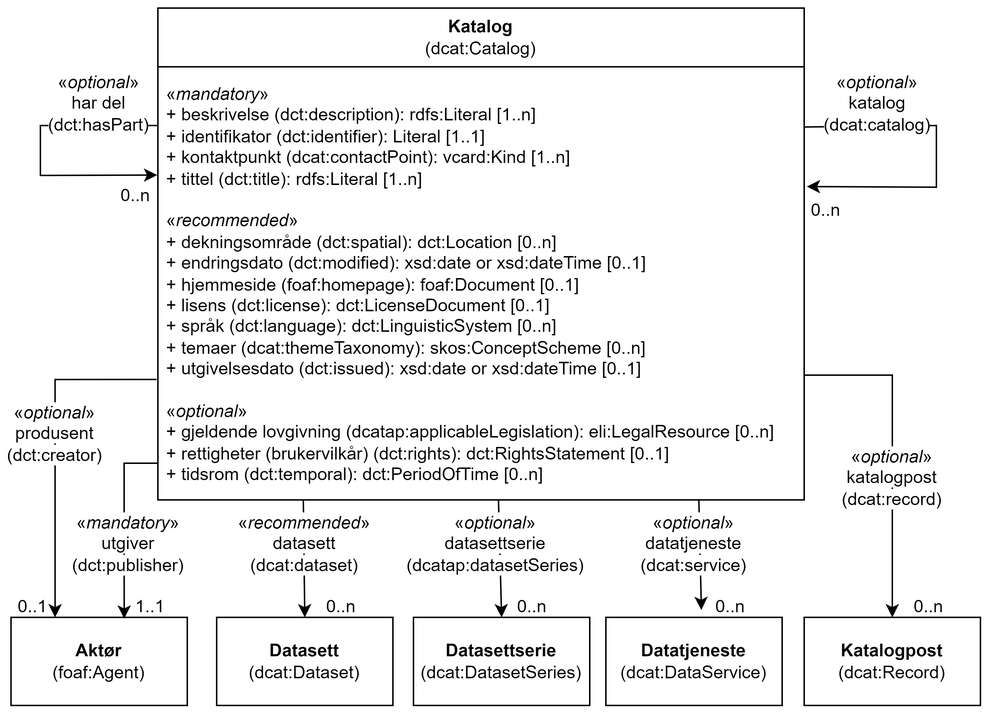
This is docs/images/Klassen-Katalog.png from Informasjonsforvaltning/dcat-ap-no, a draw.io export, as it was before one commit. Source tidied: cells renumbered, new cells last; positions are measured from the earlier drawing's top-left corner, leaving out a move shared by most shapes. The source it was exported from:
```xml
<mxGraphModel>
  <root>
    <mxCell id="0" />
    <mxCell id="1" parent="0" />
    <mxCell id="2" value="Katalog&lt;br&gt;&lt;span style=&quot;font-weight: normal;&quot;&gt;(dcat:Catalog)&lt;/span&gt;" style="swimlane;whiteSpace=wrap;html=1;startSize=40;" parent="1" vertex="1">
      <mxGeometry x="100" width="440" height="335" as="geometry" />
    </mxCell>
    <mxCell id="3" value="«&lt;i&gt;mandatory&lt;/i&gt;»&lt;br&gt;+ beskrivelse (dct:description): rdfs:Literal [1..n]&lt;br&gt;+ identifikator (dct:identifier): Literal [1..1]&lt;br&gt;+ kontaktpunkt (dcat:contactPoint): vcard:Kind [1..n]&lt;br&gt;+ tittel (dct:title): rdfs:Literal [1..n]&lt;br&gt;&lt;br&gt;«&lt;i&gt;recommended&lt;/i&gt;»&lt;br&gt;+ dekningsområde (dct:spatial): dct:Location [0..n]&lt;br&gt;+ endringsdato (dct:modified): xsd:date or xsd:dateTime [0..1]&lt;br&gt;+ hjemmeside (foaf:homepage): foaf:Document [0..1]&lt;br&gt;+ lisens (dct:license): dct:LicenseDocument [0..1]&lt;br&gt;+ språk (dct:language): dct:LinguisticSystem [0..n]&lt;br&gt;+ temaer (dcat:themeTaxonomy): skos:ConceptScheme [0..n]&lt;br&gt;+ utgivelsesdato (dct:issued): xsd:date or xsd:dateTime [0..1]&lt;br&gt;&lt;br&gt;«&lt;i&gt;optional&lt;/i&gt;»&lt;br&gt;+ gjeldende lovgivning (dcatap:applicableLegislation): eli:LegalResource [0..n]&lt;br&gt;+ rettigheter (brukervilkår) (dct:rights): dct:RightsStatement [0..1]&lt;br&gt;+ tidsrom (dct:temporal): dct:PeriodOfTime [0..n]" style="text;strokeColor=none;fillColor=none;align=left;verticalAlign=top;spacingLeft=4;spacingRight=4;overflow=hidden;points=[[0,0.5],[1,0.5]];portConstraint=eastwest;whiteSpace=wrap;html=1;" parent="2" vertex="1">
      <mxGeometry y="45" width="440" height="290" as="geometry" />
    </mxCell>
    <mxCell id="4" style="endArrow=classic;html=1;rounded=0;entryX=-0.001;entryY=0.237;entryDx=0;entryDy=0;entryPerimeter=0;" parent="2" edge="1" target="3">
      <mxGeometry relative="1" as="geometry">
        <mxPoint y="80" as="sourcePoint" />
        <Array as="points">
          <mxPoint x="-80" y="80" />
          <mxPoint x="-80" y="114" />
        </Array>
      </mxGeometry>
    </mxCell>
    <mxCell id="5" style="endArrow=classic;html=1;rounded=0;entryX=1.004;entryY=0.264;entryDx=0;entryDy=0;entryPerimeter=0;" parent="2" edge="1" target="3">
      <mxGeometry relative="1" as="geometry">
        <mxPoint x="440" y="81" as="sourcePoint" />
        <Array as="points">
          <mxPoint x="530" y="80" />
          <mxPoint x="530" y="122" />
        </Array>
      </mxGeometry>
    </mxCell>
    <mxCell id="6" value="&lt;b&gt;Aktør&lt;/b&gt;&lt;br&gt;(foaf:Agent)" style="rounded=0;whiteSpace=wrap;html=1;" parent="1" vertex="1">
      <mxGeometry y="415" width="120" height="60" as="geometry" />
    </mxCell>
    <mxCell id="7" value="&lt;b&gt;Datasett&lt;/b&gt;&lt;br&gt;(dcat:Dataset)" style="rounded=0;whiteSpace=wrap;html=1;" parent="1" vertex="1">
      <mxGeometry x="140" y="415" width="120" height="60" as="geometry" />
    </mxCell>
    <mxCell id="8" value="&lt;b&gt;Datasettserie&lt;/b&gt;&lt;br&gt;(dcat:DatasetSeries)" style="rounded=0;whiteSpace=wrap;html=1;" parent="1" vertex="1">
      <mxGeometry x="274" y="415" width="120" height="60" as="geometry" />
    </mxCell>
    <mxCell id="9" value="&lt;b&gt;Datatjeneste&lt;/b&gt;&lt;br&gt;(dcat:DataService)" style="rounded=0;whiteSpace=wrap;html=1;" parent="1" vertex="1">
      <mxGeometry x="405" y="415" width="120" height="60" as="geometry" />
    </mxCell>
    <mxCell id="10" value="&lt;span style=&quot;background-color: rgb(255, 255, 255);&quot;&gt;«&lt;i&gt;optional&lt;/i&gt;»&lt;br&gt;har del&lt;br&gt;(dct:hasPart)&lt;/span&gt;" style="text;html=1;strokeColor=none;fillColor=none;align=center;verticalAlign=middle;whiteSpace=wrap;rounded=0;" parent="1" vertex="1">
      <mxGeometry x="30" y="50" width="60" height="30" as="geometry" />
    </mxCell>
    <mxCell id="11" value="0..n" style="text;html=1;strokeColor=none;fillColor=none;align=center;verticalAlign=middle;whiteSpace=wrap;rounded=0;" parent="1" vertex="1">
      <mxGeometry x="70" y="120" width="30" height="15" as="geometry" />
    </mxCell>
    <mxCell id="12" value="&lt;span style=&quot;background-color: rgb(255, 255, 255);&quot;&gt;«&lt;i&gt;optional&lt;/i&gt;»&lt;br&gt;katalog&lt;br&gt;(dcat:catalog)&lt;/span&gt;" style="text;html=1;strokeColor=none;fillColor=none;align=center;verticalAlign=middle;whiteSpace=wrap;rounded=0;" parent="1" vertex="1">
      <mxGeometry x="560" y="50" width="60" height="30" as="geometry" />
    </mxCell>
    <mxCell id="13" value="0..n" style="text;html=1;strokeColor=none;fillColor=none;align=center;verticalAlign=middle;whiteSpace=wrap;rounded=0;" parent="1" vertex="1">
      <mxGeometry x="540" y="130" width="30" height="15" as="geometry" />
    </mxCell>
    <mxCell id="14" style="endArrow=classic;html=1;rounded=0;entryX=0.25;entryY=0;entryDx=0;entryDy=0;exitX=-0.002;exitY=0.717;exitDx=0;exitDy=0;exitPerimeter=0;" parent="1" edge="1" source="3" target="6">
      <mxGeometry relative="1" as="geometry">
        <Array as="points">
          <mxPoint x="30" y="253" />
        </Array>
      </mxGeometry>
    </mxCell>
    <mxCell id="15" value="1..1" style="text;html=1;strokeColor=none;fillColor=none;align=center;verticalAlign=middle;whiteSpace=wrap;rounded=0;" parent="1" vertex="1">
      <mxGeometry x="80" y="400" width="30" height="15" as="geometry" />
    </mxCell>
    <mxCell id="16" style="endArrow=classic;html=1;rounded=0;entryX=0.642;entryY=0.015;entryDx=0;entryDy=0;entryPerimeter=0;" parent="1" edge="1" target="6">
      <mxGeometry relative="1" as="geometry">
        <mxPoint x="100" y="310" as="sourcePoint" />
        <Array as="points">
          <mxPoint x="77" y="310" />
        </Array>
      </mxGeometry>
    </mxCell>
    <mxCell id="17" value="&lt;span style=&quot;background-color: rgb(255, 255, 255);&quot;&gt;«&lt;i&gt;optional&lt;/i&gt;»&lt;br&gt;produsent&lt;br&gt;(dct:creator)&lt;/span&gt;" style="text;html=1;strokeColor=none;fillColor=none;align=center;verticalAlign=middle;whiteSpace=wrap;rounded=0;" parent="1" vertex="1">
      <mxGeometry y="275" width="60" height="30" as="geometry" />
    </mxCell>
    <mxCell id="18" value="0..1" style="text;html=1;strokeColor=none;fillColor=none;align=center;verticalAlign=middle;whiteSpace=wrap;rounded=0;" parent="1" vertex="1">
      <mxGeometry y="400" width="30" height="15" as="geometry" />
    </mxCell>
    <mxCell id="19" style="endArrow=classic;html=1;rounded=0;entryX=0.5;entryY=0;entryDx=0;entryDy=0;exitX=0.225;exitY=1.001;exitDx=0;exitDy=0;exitPerimeter=0;" parent="1" edge="1" source="3" target="7">
      <mxGeometry relative="1" as="geometry" />
    </mxCell>
    <mxCell id="20" value="&lt;span style=&quot;background-color: rgb(255, 255, 255);&quot;&gt;«&lt;i&gt;recommended&lt;/i&gt;»&lt;br&gt;datasett&lt;br&gt;(dcat:dataset)&lt;/span&gt;" style="text;html=1;strokeColor=none;fillColor=none;align=center;verticalAlign=middle;whiteSpace=wrap;rounded=0;" parent="1" vertex="1">
      <mxGeometry x="170" y="350" width="60" height="30" as="geometry" />
    </mxCell>
    <mxCell id="21" value="0..n" style="text;html=1;strokeColor=none;fillColor=none;align=center;verticalAlign=middle;whiteSpace=wrap;rounded=0;" parent="1" vertex="1">
      <mxGeometry x="210" y="400" width="30" height="15" as="geometry" />
    </mxCell>
    <mxCell id="22" style="endArrow=classic;html=1;rounded=0;entryX=0.5;entryY=0;entryDx=0;entryDy=0;exitX=0.527;exitY=1.001;exitDx=0;exitDy=0;exitPerimeter=0;" parent="1" edge="1" source="3" target="8">
      <mxGeometry relative="1" as="geometry" />
    </mxCell>
    <mxCell id="23" value="&lt;span style=&quot;background-color: rgb(255, 255, 255);&quot;&gt;«&lt;i&gt;optional&lt;/i&gt;»&lt;br&gt;datasettserie&lt;br&gt;(dcatap:datasetSeries)&lt;/span&gt;" style="text;html=1;strokeColor=none;fillColor=none;align=center;verticalAlign=middle;whiteSpace=wrap;rounded=0;" parent="1" vertex="1">
      <mxGeometry x="300" y="350" width="60" height="30" as="geometry" />
    </mxCell>
    <mxCell id="24" value="0..n" style="text;html=1;strokeColor=none;fillColor=none;align=center;verticalAlign=middle;whiteSpace=wrap;rounded=0;" parent="1" vertex="1">
      <mxGeometry x="340" y="400" width="30" height="15" as="geometry" />
    </mxCell>
    <mxCell id="25" style="endArrow=classic;html=1;rounded=0;exitX=0.837;exitY=0.998;exitDx=0;exitDy=0;exitPerimeter=0;" parent="1" edge="1" source="3">
      <mxGeometry relative="1" as="geometry">
        <mxPoint x="470" y="410" as="targetPoint" />
      </mxGeometry>
    </mxCell>
    <mxCell id="26" value="&lt;span style=&quot;background-color: rgb(255, 255, 255);&quot;&gt;«&lt;i style=&quot;&quot;&gt;optional&lt;/i&gt;»&lt;br&gt;datatjeneste&lt;br&gt;(dcat:service)&lt;/span&gt;" style="text;html=1;strokeColor=none;fillColor=none;align=center;verticalAlign=middle;whiteSpace=wrap;rounded=0;" parent="1" vertex="1">
      <mxGeometry x="435" y="350" width="60" height="30" as="geometry" />
    </mxCell>
    <mxCell id="27" value="0..n" style="text;html=1;strokeColor=none;fillColor=none;align=center;verticalAlign=middle;whiteSpace=wrap;rounded=0;" parent="1" vertex="1">
      <mxGeometry x="475" y="400" width="30" height="15" as="geometry" />
    </mxCell>
    <mxCell id="28" value="&lt;b&gt;Katalogpost&lt;/b&gt;&lt;br&gt;(dcat:Record)" style="rounded=0;whiteSpace=wrap;html=1;" parent="1" vertex="1">
      <mxGeometry x="540" y="415" width="120" height="60" as="geometry" />
    </mxCell>
    <mxCell id="29" style="endArrow=classic;html=1;rounded=0;entryX=0.5;entryY=0;entryDx=0;entryDy=0;" parent="1" edge="1" target="28">
      <mxGeometry relative="1" as="geometry">
        <mxPoint x="540" y="250" as="sourcePoint" />
        <Array as="points">
          <mxPoint x="600" y="250" />
        </Array>
      </mxGeometry>
    </mxCell>
    <mxCell id="30" value="0..n" style="text;html=1;strokeColor=none;fillColor=none;align=center;verticalAlign=middle;whiteSpace=wrap;rounded=0;" parent="1" vertex="1">
      <mxGeometry x="610" y="400" width="30" height="15" as="geometry" />
    </mxCell>
    <mxCell id="31" value="&lt;span style=&quot;background-color: rgb(255, 255, 255);&quot;&gt;«&lt;i&gt;optional&lt;/i&gt;»&lt;br&gt;katalogpost&lt;br&gt;(dcat:record)&lt;/span&gt;" style="text;html=1;strokeColor=none;fillColor=none;align=center;verticalAlign=middle;whiteSpace=wrap;rounded=0;" parent="1" vertex="1">
      <mxGeometry x="570" y="305" width="60" height="30" as="geometry" />
    </mxCell>
    <mxCell id="32" value="&lt;span style=&quot;background-color: rgb(255, 255, 255);&quot;&gt;«&lt;i&gt;mandatory&lt;/i&gt;»&lt;br&gt;utgiver&lt;br&gt;(dct:publisher)&lt;/span&gt;" style="text;html=1;strokeColor=none;fillColor=none;align=center;verticalAlign=middle;whiteSpace=wrap;rounded=0;" parent="1" vertex="1">
      <mxGeometry x="30" y="350" width="100" height="30" as="geometry" />
    </mxCell>
  </root>
</mxGraphModel>
```
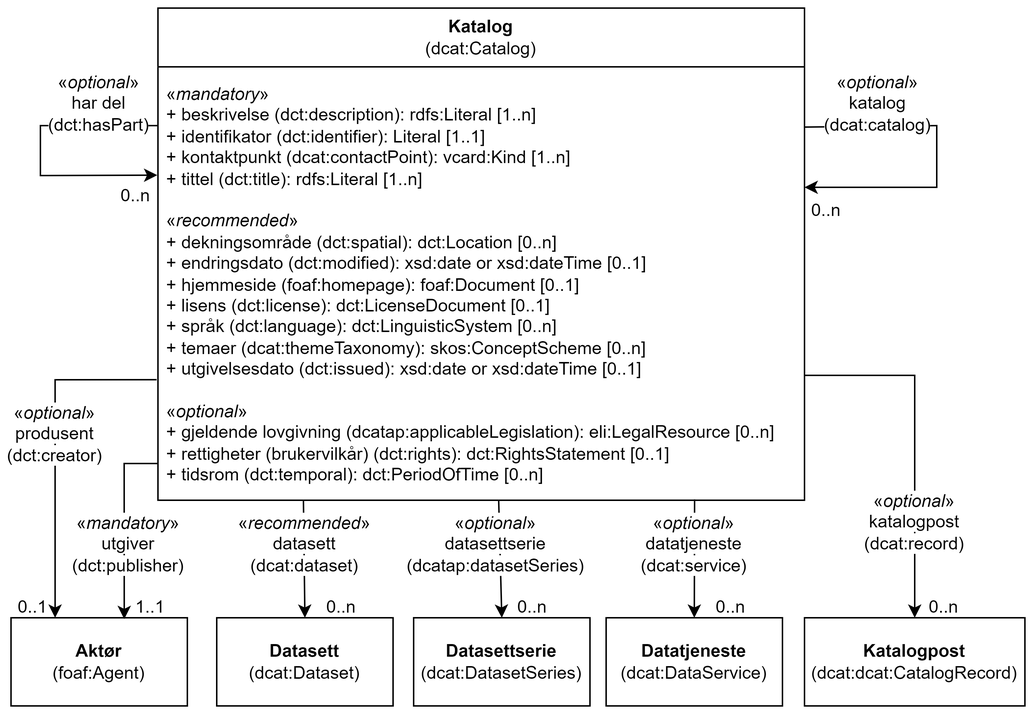
The same file after the commit.

Commit message:
Diagram Katalog

The edit, as a diff of the source:
```diff
@@ -17,9 +17,10 @@
         </Array>
       </mxGeometry>
     </mxCell>
-    <mxCell id="5" style="endArrow=classic;html=1;rounded=0;entryX=1.004;entryY=0.264;entryDx=0;entryDy=0;entryPerimeter=0;" parent="2" edge="1" target="3">
+    <mxCell id="5" style="endArrow=classic;html=1;rounded=0;" parent="2" edge="1">
       <mxGeometry relative="1" as="geometry">
         <mxPoint x="440" y="81" as="sourcePoint" />
+        <mxPoint x="440" y="122" as="targetPoint" />
         <Array as="points">
           <mxPoint x="530" y="80" />
           <mxPoint x="530" y="122" />
@@ -92,10 +93,8 @@
     <mxCell id="24" value="0..n" style="text;html=1;strokeColor=none;fillColor=none;align=center;verticalAlign=middle;whiteSpace=wrap;rounded=0;" parent="1" vertex="1">
       <mxGeometry x="340" y="400" width="30" height="15" as="geometry" />
     </mxCell>
-    <mxCell id="25" style="endArrow=classic;html=1;rounded=0;exitX=0.837;exitY=0.998;exitDx=0;exitDy=0;exitPerimeter=0;" parent="1" edge="1" source="3">
-      <mxGeometry relative="1" as="geometry">
-        <mxPoint x="470" y="410" as="targetPoint" />
-      </mxGeometry>
+    <mxCell id="25" style="endArrow=classic;html=1;rounded=0;entryX=0.5;entryY=0;entryDx=0;entryDy=0;exitX=0.83;exitY=0.998;exitDx=0;exitDy=0;exitPerimeter=0;" parent="1" edge="1" source="3" target="9">
+      <mxGeometry relative="1" as="geometry" />
     </mxCell>
     <mxCell id="26" value="&lt;span style=&quot;background-color: rgb(255, 255, 255);&quot;&gt;«&lt;i style=&quot;&quot;&gt;optional&lt;/i&gt;»&lt;br&gt;datatjeneste&lt;br&gt;(dcat:service)&lt;/span&gt;" style="text;html=1;strokeColor=none;fillColor=none;align=center;verticalAlign=middle;whiteSpace=wrap;rounded=0;" parent="1" vertex="1">
       <mxGeometry x="435" y="350" width="60" height="30" as="geometry" />
@@ -103,22 +102,22 @@
     <mxCell id="27" value="0..n" style="text;html=1;strokeColor=none;fillColor=none;align=center;verticalAlign=middle;whiteSpace=wrap;rounded=0;" parent="1" vertex="1">
       <mxGeometry x="475" y="400" width="30" height="15" as="geometry" />
     </mxCell>
-    <mxCell id="28" value="&lt;b&gt;Katalogpost&lt;/b&gt;&lt;br&gt;(dcat:Record)" style="rounded=0;whiteSpace=wrap;html=1;" parent="1" vertex="1">
-      <mxGeometry x="540" y="415" width="120" height="60" as="geometry" />
+    <mxCell id="28" value="&lt;b&gt;Katalogpost&lt;/b&gt;&lt;br&gt;(dcat:dcat:CatalogRecord)" style="rounded=0;whiteSpace=wrap;html=1;" parent="1" vertex="1">
+      <mxGeometry x="540" y="415" width="150" height="60" as="geometry" />
     </mxCell>
     <mxCell id="29" style="endArrow=classic;html=1;rounded=0;entryX=0.5;entryY=0;entryDx=0;entryDy=0;" parent="1" edge="1" target="28">
       <mxGeometry relative="1" as="geometry">
         <mxPoint x="540" y="250" as="sourcePoint" />
         <Array as="points">
-          <mxPoint x="600" y="250" />
+          <mxPoint x="615" y="250" />
         </Array>
       </mxGeometry>
     </mxCell>
     <mxCell id="30" value="0..n" style="text;html=1;strokeColor=none;fillColor=none;align=center;verticalAlign=middle;whiteSpace=wrap;rounded=0;" parent="1" vertex="1">
-      <mxGeometry x="610" y="400" width="30" height="15" as="geometry" />
+      <mxGeometry x="620" y="400" width="30" height="15" as="geometry" />
     </mxCell>
     <mxCell id="31" value="&lt;span style=&quot;background-color: rgb(255, 255, 255);&quot;&gt;«&lt;i&gt;optional&lt;/i&gt;»&lt;br&gt;katalogpost&lt;br&gt;(dcat:record)&lt;/span&gt;" style="text;html=1;strokeColor=none;fillColor=none;align=center;verticalAlign=middle;whiteSpace=wrap;rounded=0;" parent="1" vertex="1">
-      <mxGeometry x="570" y="305" width="60" height="30" as="geometry" />
+      <mxGeometry x="585" y="335" width="60" height="30" as="geometry" />
     </mxCell>
     <mxCell id="32" value="&lt;span style=&quot;background-color: rgb(255, 255, 255);&quot;&gt;«&lt;i&gt;mandatory&lt;/i&gt;»&lt;br&gt;utgiver&lt;br&gt;(dct:publisher)&lt;/span&gt;" style="text;html=1;strokeColor=none;fillColor=none;align=center;verticalAlign=middle;whiteSpace=wrap;rounded=0;" parent="1" vertex="1">
       <mxGeometry x="30" y="350" width="100" height="30" as="geometry" />
```
